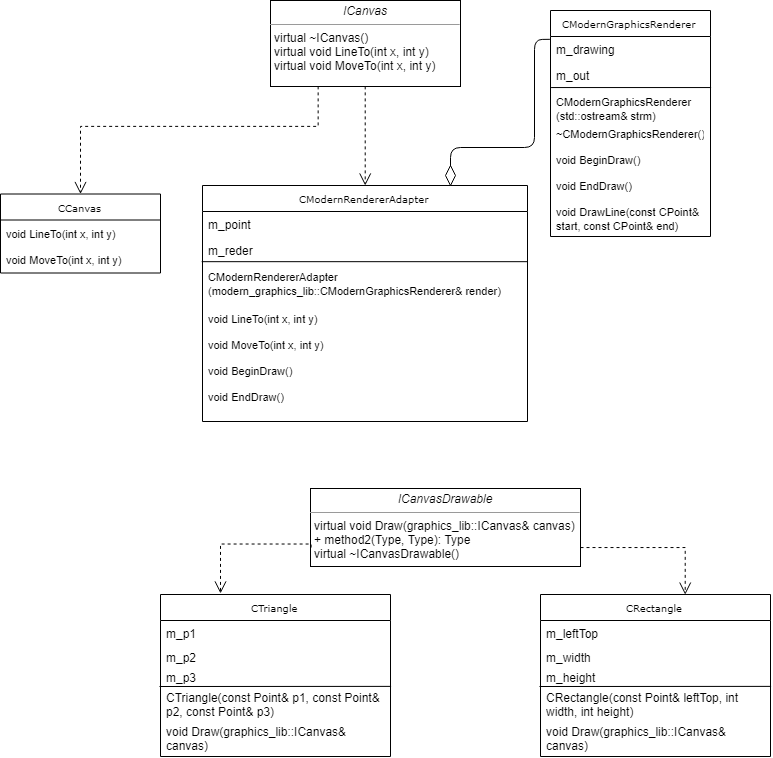
The draw.io diagram adapter/Adapter.png in daria-grebneva/OOD, before a commit. Source tidied: cells renumbered, new cells last; positions are measured from the earlier drawing's top-left corner, leaving out a move shared by most shapes. The source it was exported from:
```xml
<mxGraphModel background="#ffffff">
  <root>
    <mxCell id="0" />
    <mxCell id="1" parent="0" />
    <mxCell id="2" value="CCanvas" style="swimlane;html=1;fontStyle=0;horizontal=1;startSize=26;fillColor=none;swimlaneFillColor=#ffffff;rounded=0;shadow=0;comic=0;labelBackgroundColor=none;strokeColor=#000000;strokeWidth=1;fontFamily=Verdana;fontSize=10;fontColor=#000000;align=center;" parent="1" vertex="1">
      <mxGeometry y="193.5" width="160" height="79" as="geometry" />
    </mxCell>
    <mxCell id="3" value="&lt;font style=&quot;font-size: 11px&quot;&gt;void LineTo(int x, int y)&lt;/font&gt;" style="text;html=1;strokeColor=none;fillColor=none;align=left;verticalAlign=top;spacingLeft=4;spacingRight=4;whiteSpace=wrap;overflow=hidden;" parent="2" vertex="1">
      <mxGeometry y="26" width="160" height="26" as="geometry" />
    </mxCell>
    <mxCell id="4" value="&lt;font style=&quot;font-size: 11px&quot;&gt;void MoveTo(int x, int y)&lt;/font&gt;" style="text;html=1;strokeColor=none;fillColor=none;align=left;verticalAlign=top;spacingLeft=4;spacingRight=4;whiteSpace=wrap;overflow=hidden;" parent="2" vertex="1">
      <mxGeometry y="52" width="160" height="26" as="geometry" />
    </mxCell>
    <mxCell id="5" value="CModernRendererAdapter" style="swimlane;html=1;fontStyle=0;horizontal=1;startSize=26;fillColor=none;swimlaneFillColor=#ffffff;rounded=0;shadow=0;comic=0;labelBackgroundColor=none;strokeColor=#000000;strokeWidth=1;fontFamily=Verdana;fontSize=10;fontColor=#000000;align=center;" parent="1" vertex="1">
      <mxGeometry x="202" y="185" width="325" height="236" as="geometry" />
    </mxCell>
    <mxCell id="6" value="m_point" style="text;html=1;strokeColor=none;fillColor=none;align=left;verticalAlign=top;spacingLeft=4;spacingRight=4;whiteSpace=wrap;overflow=hidden;" parent="5" vertex="1">
      <mxGeometry y="26" width="325" height="26" as="geometry" />
    </mxCell>
    <mxCell id="7" value="m_reder" style="text;html=1;strokeColor=none;fillColor=none;align=left;verticalAlign=top;spacingLeft=4;spacingRight=4;whiteSpace=wrap;overflow=hidden;points=[[0,0.5],[1,0.5]];portConstraint=eastwest;" parent="5" vertex="1">
      <mxGeometry y="52" width="325" height="26" as="geometry" />
    </mxCell>
    <mxCell id="8" style="endArrow=none;html=1;entryX=1.001;entryY=0.908;entryDx=0;entryDy=0;entryPerimeter=0;exitX=-0.002;exitY=0.909;exitDx=0;exitDy=0;exitPerimeter=0;" parent="5" edge="1" source="7" target="7">
      <mxGeometry relative="1" as="geometry" />
    </mxCell>
    <mxCell id="9" value="&lt;font style=&quot;font-size: 11px&quot;&gt;CModernRendererAdapter&lt;br&gt;(modern_graphics_lib::CModernGraphicsRenderer&amp;amp; render)&lt;/font&gt;" style="text;html=1;strokeColor=none;fillColor=none;align=left;verticalAlign=top;spacingLeft=4;spacingRight=4;whiteSpace=wrap;overflow=hidden;" parent="5" vertex="1">
      <mxGeometry y="78" width="325" height="42" as="geometry" />
    </mxCell>
    <mxCell id="10" value="&lt;font style=&quot;font-size: 11px&quot;&gt;void LineTo(int x, int y)&lt;/font&gt;" style="text;html=1;strokeColor=none;fillColor=none;align=left;verticalAlign=top;spacingLeft=4;spacingRight=4;whiteSpace=wrap;overflow=hidden;" parent="5" vertex="1">
      <mxGeometry y="120" width="325" height="26" as="geometry" />
    </mxCell>
    <mxCell id="11" value="&lt;font style=&quot;font-size: 11px&quot;&gt;void MoveTo(int x, int y)&lt;/font&gt;" style="text;html=1;strokeColor=none;fillColor=none;align=left;verticalAlign=top;spacingLeft=4;spacingRight=4;whiteSpace=wrap;overflow=hidden;" parent="5" vertex="1">
      <mxGeometry y="146" width="325" height="26" as="geometry" />
    </mxCell>
    <mxCell id="12" value="&lt;font style=&quot;font-size: 11px&quot;&gt;void BeginDraw()&lt;/font&gt;" style="text;html=1;strokeColor=none;fillColor=none;align=left;verticalAlign=top;spacingLeft=4;spacingRight=4;whiteSpace=wrap;overflow=hidden;" parent="5" vertex="1">
      <mxGeometry y="172" width="325" height="26" as="geometry" />
    </mxCell>
    <mxCell id="13" value="&lt;font style=&quot;font-size: 11px&quot;&gt;void EndDraw()&lt;/font&gt;" style="text;html=1;strokeColor=none;fillColor=none;align=left;verticalAlign=top;spacingLeft=4;spacingRight=4;whiteSpace=wrap;overflow=hidden;" parent="5" vertex="1">
      <mxGeometry y="198" width="325" height="28" as="geometry" />
    </mxCell>
    <mxCell id="14" value="CModernGraphicsRenderer" style="swimlane;html=1;fontStyle=0;horizontal=1;startSize=26;fillColor=none;swimlaneFillColor=#ffffff;rounded=0;shadow=0;comic=0;labelBackgroundColor=none;strokeColor=#000000;strokeWidth=1;fontFamily=Verdana;fontSize=10;fontColor=#000000;align=center;" parent="1" vertex="1">
      <mxGeometry x="550" y="10" width="160" height="226" as="geometry" />
    </mxCell>
    <mxCell id="15" value="m_drawing" style="text;html=1;strokeColor=none;fillColor=none;align=left;verticalAlign=top;spacingLeft=4;spacingRight=4;whiteSpace=wrap;overflow=hidden;" parent="14" vertex="1">
      <mxGeometry y="26" width="160" height="26" as="geometry" />
    </mxCell>
    <mxCell id="16" value="m_out" style="text;html=1;strokeColor=none;fillColor=none;align=left;verticalAlign=top;spacingLeft=4;spacingRight=4;whiteSpace=wrap;overflow=hidden;points=[[0,0.5],[1,0.5]];portConstraint=eastwest;" parent="14" vertex="1">
      <mxGeometry y="52" width="160" height="26" as="geometry" />
    </mxCell>
    <mxCell id="17" style="endArrow=none;html=1;entryX=1.002;entryY=0.981;entryDx=0;entryDy=0;entryPerimeter=0;exitX=0.002;exitY=0.968;exitDx=0;exitDy=0;exitPerimeter=0;" parent="14" edge="1" source="16" target="16">
      <mxGeometry relative="1" as="geometry" />
    </mxCell>
    <mxCell id="18" value="&lt;font style=&quot;font-size: 11px&quot;&gt;CModernGraphicsRenderer&lt;br&gt;(std::ostream&amp;amp; strm)&lt;/font&gt;" style="text;html=1;strokeColor=none;fillColor=none;align=left;verticalAlign=top;spacingLeft=4;spacingRight=4;whiteSpace=wrap;overflow=hidden;" parent="14" vertex="1">
      <mxGeometry y="78" width="160" height="32" as="geometry" />
    </mxCell>
    <mxCell id="19" value="&lt;font style=&quot;font-size: 11px&quot;&gt;~CModernGraphicsRenderer()&lt;/font&gt;" style="text;html=1;strokeColor=none;fillColor=none;align=left;verticalAlign=top;spacingLeft=4;spacingRight=4;whiteSpace=wrap;overflow=hidden;" parent="14" vertex="1">
      <mxGeometry y="110" width="160" height="26" as="geometry" />
    </mxCell>
    <mxCell id="20" value="&lt;font style=&quot;font-size: 11px&quot;&gt;void BeginDraw()&lt;/font&gt;" style="text;html=1;strokeColor=none;fillColor=none;align=left;verticalAlign=top;spacingLeft=4;spacingRight=4;whiteSpace=wrap;overflow=hidden;" parent="14" vertex="1">
      <mxGeometry y="136" width="160" height="26" as="geometry" />
    </mxCell>
    <mxCell id="21" value="&lt;font style=&quot;font-size: 11px&quot;&gt;void EndDraw()&lt;/font&gt;" style="text;html=1;strokeColor=none;fillColor=none;align=left;verticalAlign=top;spacingLeft=4;spacingRight=4;whiteSpace=wrap;overflow=hidden;" parent="14" vertex="1">
      <mxGeometry y="162" width="160" height="26" as="geometry" />
    </mxCell>
    <mxCell id="22" value="&lt;font style=&quot;font-size: 11px&quot;&gt;void DrawLine(const CPoint&amp;amp; start, const CPoint&amp;amp; end)&lt;/font&gt;" style="text;html=1;strokeColor=none;fillColor=none;align=left;verticalAlign=top;spacingLeft=4;spacingRight=4;whiteSpace=wrap;overflow=hidden;" parent="14" vertex="1">
      <mxGeometry y="188" width="160" height="32" as="geometry" />
    </mxCell>
    <mxCell id="23" style="edgeStyle=orthogonalEdgeStyle;rounded=0;html=1;labelBackgroundColor=none;startFill=0;endArrow=open;endFill=0;endSize=10;fontFamily=Verdana;fontSize=10;dashed=1;exitX=0.25;exitY=1;exitDx=0;exitDy=0;" parent="1" edge="1" source="25" target="2">
      <mxGeometry relative="1" as="geometry">
        <Array as="points">
          <mxPoint x="318" y="126" />
          <mxPoint x="80" y="126" />
        </Array>
      </mxGeometry>
    </mxCell>
    <mxCell id="24" style="edgeStyle=orthogonalEdgeStyle;rounded=0;html=1;dashed=1;labelBackgroundColor=none;startFill=0;endArrow=open;endFill=0;endSize=10;fontFamily=Verdana;fontSize=10;exitX=0.5;exitY=1;exitDx=0;exitDy=0;" parent="1" edge="1" source="25" target="5">
      <mxGeometry relative="1" as="geometry">
        <Array as="points">
          <mxPoint x="365" y="136" />
          <mxPoint x="365" y="136" />
        </Array>
      </mxGeometry>
    </mxCell>
    <mxCell id="25" value="&lt;p style=&quot;margin: 0px ; margin-top: 4px ; text-align: center&quot;&gt;&lt;i&gt;ICanvas&lt;/i&gt;&lt;/p&gt;&lt;hr size=&quot;1&quot;&gt;&lt;p style=&quot;margin: 0px ; margin-left: 4px&quot;&gt;virtual ~ICanvas()&lt;br&gt;&lt;/p&gt;&lt;p style=&quot;margin: 0px ; margin-left: 4px&quot;&gt;virtual void LineTo(int x, int y)&lt;br&gt;virtual void MoveTo(int x, int y)&lt;/p&gt;" style="verticalAlign=top;align=left;overflow=fill;fontSize=12;fontFamily=Helvetica;html=1;rounded=0;shadow=0;comic=0;labelBackgroundColor=none;strokeColor=#000000;strokeWidth=1;fillColor=#ffffff;" parent="1" vertex="1">
      <mxGeometry x="270" width="190" height="86" as="geometry" />
    </mxCell>
    <mxCell id="26" value="&lt;p style=&quot;margin: 0px ; margin-top: 4px ; text-align: center&quot;&gt;&lt;i&gt;ICanvasDrawable&lt;/i&gt;&lt;br&gt;&lt;/p&gt;&lt;hr size=&quot;1&quot;&gt;&lt;p style=&quot;margin: 0px ; margin-left: 4px&quot;&gt;&lt;/p&gt;&lt;p style=&quot;margin: 0px ; margin-left: 4px&quot;&gt;virtual void Draw(graphics_lib::ICanvas&amp;amp; canvas)&lt;br&gt;+ method2(Type, Type): Type&lt;/p&gt;&lt;p style=&quot;margin: 0px ; margin-left: 4px&quot;&gt;virtual ~ICanvasDrawable()&amp;nbsp;&lt;br&gt;&lt;/p&gt;" style="verticalAlign=top;align=left;overflow=fill;fontSize=12;fontFamily=Helvetica;html=1;rounded=0;shadow=0;comic=0;labelBackgroundColor=none;strokeColor=#000000;strokeWidth=1;fillColor=#ffffff;" parent="1" vertex="1">
      <mxGeometry x="310" y="488" width="270" height="78" as="geometry" />
    </mxCell>
    <mxCell id="27" value="CTriangle" style="swimlane;html=1;fontStyle=0;horizontal=1;startSize=26;fillColor=none;swimlaneFillColor=#ffffff;rounded=0;shadow=0;comic=0;labelBackgroundColor=none;strokeColor=#000000;strokeWidth=1;fontFamily=Verdana;fontSize=10;fontColor=#000000;align=center;" parent="1" vertex="1">
      <mxGeometry x="160" y="594" width="230" height="162" as="geometry" />
    </mxCell>
    <mxCell id="28" value="m_p1" style="text;html=1;strokeColor=none;fillColor=none;align=left;verticalAlign=top;spacingLeft=4;spacingRight=4;whiteSpace=wrap;overflow=hidden;" parent="27" vertex="1">
      <mxGeometry y="26" width="230" height="24" as="geometry" />
    </mxCell>
    <mxCell id="29" value="m_p2" style="text;html=1;strokeColor=none;fillColor=none;align=left;verticalAlign=top;spacingLeft=4;spacingRight=4;whiteSpace=wrap;overflow=hidden;" parent="27" vertex="1">
      <mxGeometry y="50" width="230" height="20" as="geometry" />
    </mxCell>
    <mxCell id="30" style="endArrow=none;html=1;entryX=1.001;entryY=1.083;entryDx=0;entryDy=0;entryPerimeter=0;" parent="27" edge="1" target="31">
      <mxGeometry relative="1" as="geometry">
        <mxPoint x="-1" y="92" as="sourcePoint" />
      </mxGeometry>
    </mxCell>
    <mxCell id="31" value="m_p3" style="text;html=1;strokeColor=none;fillColor=none;align=left;verticalAlign=top;spacingLeft=4;spacingRight=4;whiteSpace=wrap;overflow=hidden;points=[[0,0.5],[1,0.5]];portConstraint=eastwest;" parent="27" vertex="1">
      <mxGeometry y="70" width="230" height="20" as="geometry" />
    </mxCell>
    <mxCell id="32" value="CTriangle(const Point&amp;amp; p1, const Point&amp;amp; p2, const Point&amp;amp; p3)" style="text;html=1;strokeColor=none;fillColor=none;align=left;verticalAlign=top;spacingLeft=4;spacingRight=4;whiteSpace=wrap;overflow=hidden;" parent="27" vertex="1">
      <mxGeometry y="90" width="230" height="34" as="geometry" />
    </mxCell>
    <mxCell id="33" value="void Draw(graphics_lib::ICanvas&amp;amp; canvas)" style="text;html=1;strokeColor=none;fillColor=none;align=left;verticalAlign=top;spacingLeft=4;spacingRight=4;whiteSpace=wrap;overflow=hidden;" parent="27" vertex="1">
      <mxGeometry y="124" width="230" height="36" as="geometry" />
    </mxCell>
    <mxCell id="34" style="endArrow=none;html=1;entryX=-0.006;entryY=0.128;entryDx=0;entryDy=0;entryPerimeter=0;" parent="1" edge="1" target="14">
      <mxGeometry relative="1" as="geometry">
        <mxPoint x="450" y="167" as="sourcePoint" />
        <Array as="points">
          <mxPoint x="450" y="147" />
          <mxPoint x="534" y="147" />
          <mxPoint x="534" y="39" />
        </Array>
      </mxGeometry>
    </mxCell>
    <mxCell id="35" style="rhombus;whiteSpace=wrap;html=1;rotation=90;" parent="1" vertex="1">
      <mxGeometry x="440" y="170" width="20" height="10" as="geometry" />
    </mxCell>
    <mxCell id="36" value="CRectangle" style="swimlane;html=1;fontStyle=0;horizontal=1;startSize=26;fillColor=none;swimlaneFillColor=#ffffff;rounded=0;shadow=0;comic=0;labelBackgroundColor=none;strokeColor=#000000;strokeWidth=1;fontFamily=Verdana;fontSize=10;fontColor=#000000;align=center;" parent="1" vertex="1">
      <mxGeometry x="540" y="594" width="230" height="162" as="geometry" />
    </mxCell>
    <mxCell id="37" value="m_leftTop" style="text;html=1;strokeColor=none;fillColor=none;align=left;verticalAlign=top;spacingLeft=4;spacingRight=4;whiteSpace=wrap;overflow=hidden;" parent="36" vertex="1">
      <mxGeometry y="26" width="230" height="24" as="geometry" />
    </mxCell>
    <mxCell id="38" value="m_width" style="text;html=1;strokeColor=none;fillColor=none;align=left;verticalAlign=top;spacingLeft=4;spacingRight=4;whiteSpace=wrap;overflow=hidden;" parent="36" vertex="1">
      <mxGeometry y="50" width="230" height="20" as="geometry" />
    </mxCell>
    <mxCell id="39" style="endArrow=none;html=1;entryX=1.001;entryY=1.083;entryDx=0;entryDy=0;entryPerimeter=0;" parent="36" edge="1" target="40">
      <mxGeometry relative="1" as="geometry">
        <mxPoint x="-1" y="92" as="sourcePoint" />
      </mxGeometry>
    </mxCell>
    <mxCell id="40" value="m_height" style="text;html=1;strokeColor=none;fillColor=none;align=left;verticalAlign=top;spacingLeft=4;spacingRight=4;whiteSpace=wrap;overflow=hidden;points=[[0,0.5],[1,0.5]];portConstraint=eastwest;" parent="36" vertex="1">
      <mxGeometry y="70" width="230" height="20" as="geometry" />
    </mxCell>
    <mxCell id="41" value="CRectangle(const Point&amp;amp; leftTop, int width, int height)" style="text;html=1;strokeColor=none;fillColor=none;align=left;verticalAlign=top;spacingLeft=4;spacingRight=4;whiteSpace=wrap;overflow=hidden;" parent="36" vertex="1">
      <mxGeometry y="90" width="230" height="34" as="geometry" />
    </mxCell>
    <mxCell id="42" value="void Draw(graphics_lib::ICanvas&amp;amp; canvas)" style="text;html=1;strokeColor=none;fillColor=none;align=left;verticalAlign=top;spacingLeft=4;spacingRight=4;whiteSpace=wrap;overflow=hidden;" parent="36" vertex="1">
      <mxGeometry y="124" width="230" height="36" as="geometry" />
    </mxCell>
    <mxCell id="43" style="edgeStyle=orthogonalEdgeStyle;rounded=0;html=1;dashed=1;labelBackgroundColor=none;startFill=0;endArrow=open;endFill=0;endSize=10;fontFamily=Verdana;fontSize=10;exitX=0;exitY=0.75;exitDx=0;exitDy=0;" parent="1" edge="1" source="26">
      <mxGeometry relative="1" as="geometry">
        <mxPoint x="219.8" y="593.5" as="targetPoint" />
        <Array as="points">
          <mxPoint x="310" y="544" />
          <mxPoint x="220" y="544" />
        </Array>
      </mxGeometry>
    </mxCell>
    <mxCell id="44" style="edgeStyle=orthogonalEdgeStyle;rounded=0;html=1;dashed=1;labelBackgroundColor=none;startFill=0;endArrow=open;endFill=0;endSize=10;fontFamily=Verdana;fontSize=10;exitX=1;exitY=0.75;exitDx=0;exitDy=0;" parent="1" edge="1" source="26">
      <mxGeometry relative="1" as="geometry">
        <mxPoint x="684.6" y="594.1" as="targetPoint" />
        <Array as="points">
          <mxPoint x="645" y="547" />
          <mxPoint x="685" y="547" />
          <mxPoint x="685" y="544" />
        </Array>
      </mxGeometry>
    </mxCell>
  </root>
</mxGraphModel>
```
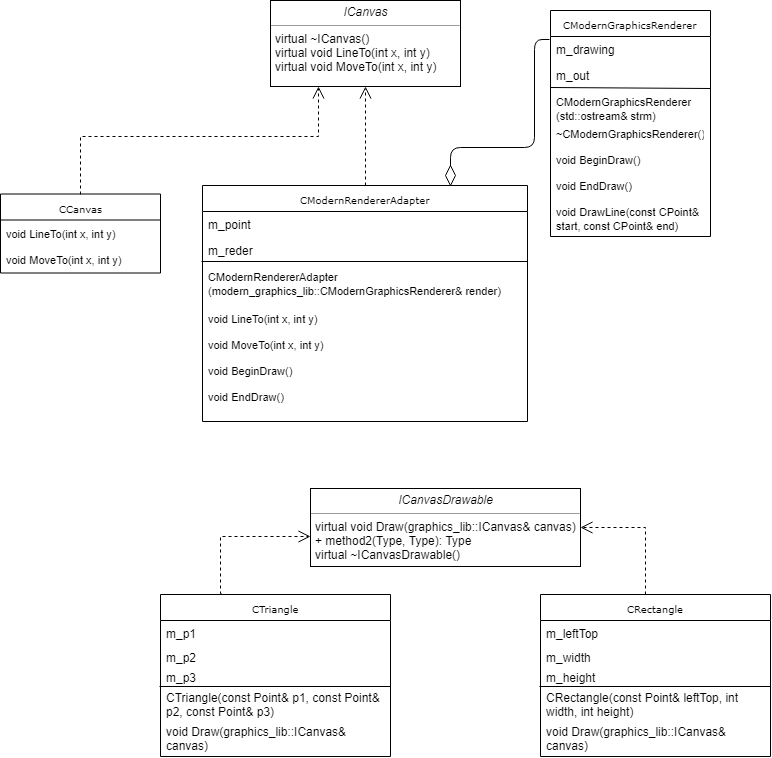
The same diagram one commit later.

Diff of the diagram source:
```diff
@@ -65,21 +65,16 @@
     <mxCell id="22" value="&lt;font style=&quot;font-size: 11px&quot;&gt;void DrawLine(const CPoint&amp;amp; start, const CPoint&amp;amp; end)&lt;/font&gt;" style="text;html=1;strokeColor=none;fillColor=none;align=left;verticalAlign=top;spacingLeft=4;spacingRight=4;whiteSpace=wrap;overflow=hidden;" parent="14" vertex="1">
       <mxGeometry y="188" width="160" height="32" as="geometry" />
     </mxCell>
-    <mxCell id="23" style="edgeStyle=orthogonalEdgeStyle;rounded=0;html=1;labelBackgroundColor=none;startFill=0;endArrow=open;endFill=0;endSize=10;fontFamily=Verdana;fontSize=10;dashed=1;exitX=0.25;exitY=1;exitDx=0;exitDy=0;" parent="1" edge="1" source="25" target="2">
+    <mxCell id="23" style="edgeStyle=orthogonalEdgeStyle;rounded=0;html=1;labelBackgroundColor=none;startFill=0;endArrow=open;endFill=0;endSize=10;fontFamily=Verdana;fontSize=10;dashed=1;exitX=0.5;exitY=0;exitDx=0;exitDy=0;entryX=0.25;entryY=1;entryDx=0;entryDy=0;" parent="1" edge="1" source="2" target="25">
       <mxGeometry relative="1" as="geometry">
         <Array as="points">
-          <mxPoint x="318" y="126" />
-          <mxPoint x="80" y="126" />
+          <mxPoint x="80" y="136" />
+          <mxPoint x="318" y="136" />
         </Array>
       </mxGeometry>
     </mxCell>
-    <mxCell id="24" style="edgeStyle=orthogonalEdgeStyle;rounded=0;html=1;dashed=1;labelBackgroundColor=none;startFill=0;endArrow=open;endFill=0;endSize=10;fontFamily=Verdana;fontSize=10;exitX=0.5;exitY=1;exitDx=0;exitDy=0;" parent="1" edge="1" source="25" target="5">
-      <mxGeometry relative="1" as="geometry">
-        <Array as="points">
-          <mxPoint x="365" y="136" />
-          <mxPoint x="365" y="136" />
-        </Array>
-      </mxGeometry>
+    <mxCell id="24" style="edgeStyle=orthogonalEdgeStyle;rounded=0;html=1;dashed=1;labelBackgroundColor=none;startFill=0;endArrow=open;endFill=0;endSize=10;fontFamily=Verdana;fontSize=10;exitX=0.5;exitY=0;exitDx=0;exitDy=0;entryX=0.5;entryY=1;entryDx=0;entryDy=0;" parent="1" edge="1" source="5" target="25">
+      <mxGeometry relative="1" as="geometry" />
     </mxCell>
     <mxCell id="25" value="&lt;p style=&quot;margin: 0px ; margin-top: 4px ; text-align: center&quot;&gt;&lt;i&gt;ICanvas&lt;/i&gt;&lt;/p&gt;&lt;hr size=&quot;1&quot;&gt;&lt;p style=&quot;margin: 0px ; margin-left: 4px&quot;&gt;virtual ~ICanvas()&lt;br&gt;&lt;/p&gt;&lt;p style=&quot;margin: 0px ; margin-left: 4px&quot;&gt;virtual void LineTo(int x, int y)&lt;br&gt;virtual void MoveTo(int x, int y)&lt;/p&gt;" style="verticalAlign=top;align=left;overflow=fill;fontSize=12;fontFamily=Helvetica;html=1;rounded=0;shadow=0;comic=0;labelBackgroundColor=none;strokeColor=#000000;strokeWidth=1;fillColor=#ffffff;" parent="1" vertex="1">
       <mxGeometry x="270" width="190" height="86" as="geometry" />
@@ -146,22 +141,18 @@
     <mxCell id="42" value="void Draw(graphics_lib::ICanvas&amp;amp; canvas)" style="text;html=1;strokeColor=none;fillColor=none;align=left;verticalAlign=top;spacingLeft=4;spacingRight=4;whiteSpace=wrap;overflow=hidden;" parent="36" vertex="1">
       <mxGeometry y="124" width="230" height="36" as="geometry" />
     </mxCell>
-    <mxCell id="43" style="edgeStyle=orthogonalEdgeStyle;rounded=0;html=1;dashed=1;labelBackgroundColor=none;startFill=0;endArrow=open;endFill=0;endSize=10;fontFamily=Verdana;fontSize=10;exitX=0;exitY=0.75;exitDx=0;exitDy=0;" parent="1" edge="1" source="26">
+    <mxCell id="43" style="edgeStyle=orthogonalEdgeStyle;rounded=0;html=1;dashed=1;labelBackgroundColor=none;startFill=0;endArrow=open;endFill=0;endSize=10;fontFamily=Verdana;fontSize=10;exitX=0.266;exitY=-0.007;exitDx=0;exitDy=0;entryX=0;entryY=0.615;entryDx=0;entryDy=0;entryPerimeter=0;exitPerimeter=0;" parent="1" edge="1" source="27" target="26">
       <mxGeometry relative="1" as="geometry">
-        <mxPoint x="219.8" y="593.5" as="targetPoint" />
         <Array as="points">
-          <mxPoint x="310" y="544" />
-          <mxPoint x="220" y="544" />
+          <mxPoint x="220" y="593" />
+          <mxPoint x="220" y="536" />
         </Array>
       </mxGeometry>
     </mxCell>
-    <mxCell id="44" style="edgeStyle=orthogonalEdgeStyle;rounded=0;html=1;dashed=1;labelBackgroundColor=none;startFill=0;endArrow=open;endFill=0;endSize=10;fontFamily=Verdana;fontSize=10;exitX=1;exitY=0.75;exitDx=0;exitDy=0;" parent="1" edge="1" source="26">
+    <mxCell id="44" style="edgeStyle=orthogonalEdgeStyle;rounded=0;html=1;dashed=1;labelBackgroundColor=none;startFill=0;endArrow=open;endFill=0;endSize=10;fontFamily=Verdana;fontSize=10;entryX=1;entryY=0.5;entryDx=0;entryDy=0;" parent="1" edge="1" source="36" target="26">
       <mxGeometry relative="1" as="geometry">
-        <mxPoint x="684.6" y="594.1" as="targetPoint" />
         <Array as="points">
-          <mxPoint x="645" y="547" />
-          <mxPoint x="685" y="547" />
-          <mxPoint x="685" y="544" />
+          <mxPoint x="645" y="527" />
         </Array>
       </mxGeometry>
     </mxCell>
```
